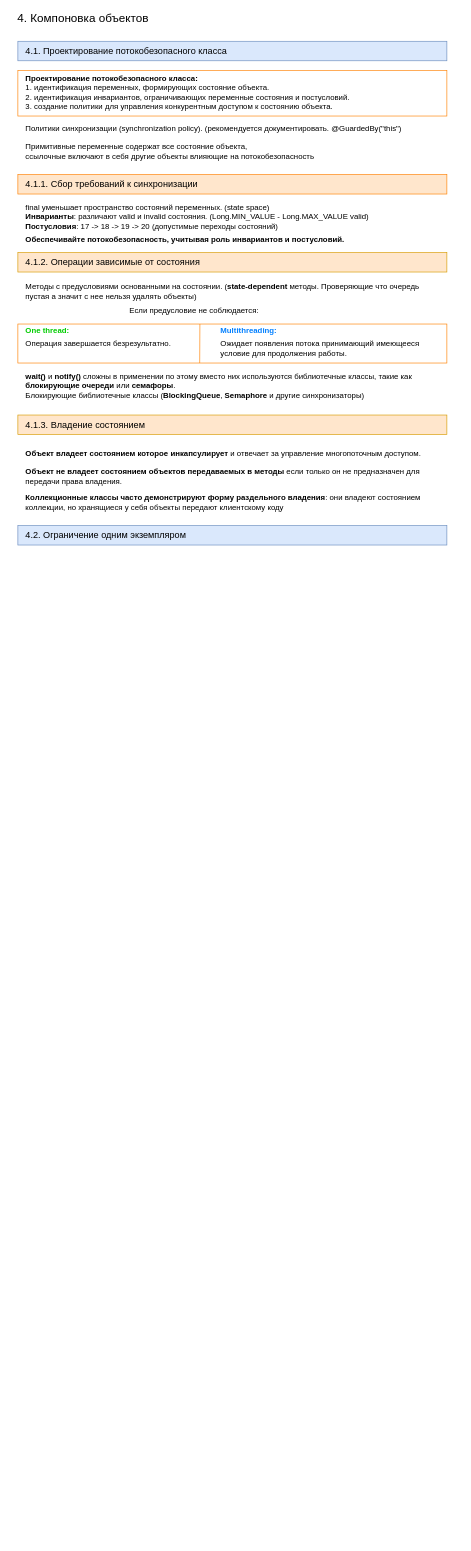
FedosovMax/diagrams keeps this draw.io diagram as Concurrency.drawio. Above is the earlier version. Source tidied: cells renumbered, new cells numbered last; positions are measured from the earlier drawing's top-left corner, leaving out a move shared by most shapes. Both pictures are drawn from the tidied source at 65%, with x=0, y=0 at pixel (11, 12).
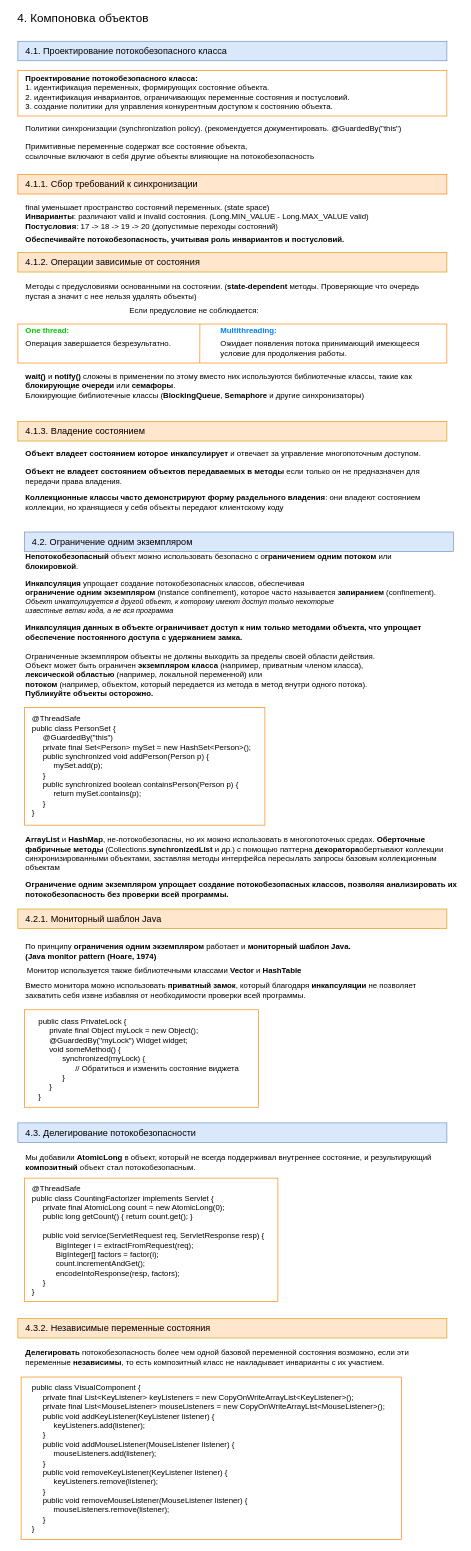
The same page after the edit.

Change to the diagram source:
```diff
@@
+    <mxCell id="31" style="rounded=0;whiteSpace=wrap;html=1;strokeColor=#FF8000;align=left;" parent="1" vertex="1">
+      <mxGeometry x="15" y="2100" width="585" height="250" as="geometry" />
+    </mxCell>
+    <mxCell id="32" style="rounded=0;whiteSpace=wrap;html=1;strokeColor=#FF8000;align=left;" parent="1" vertex="1">
+      <mxGeometry x="20" y="1794" width="390" height="190" as="geometry" />
+    </mxCell>
+    <mxCell id="33" style="rounded=0;whiteSpace=wrap;html=1;strokeColor=#FF8000;align=left;" parent="1" vertex="1">
+      <mxGeometry x="20" y="1535" width="360" height="150" as="geometry" />
+    </mxCell>
+    <mxCell id="34" style="rounded=0;whiteSpace=wrap;html=1;align=left;fillColor=#ffe6cc;strokeColor=#d79b00;" parent="1" vertex="1">
+      <mxGeometry x="10" y="630" width="660" height="30" as="geometry" />
+    </mxCell>
+    <mxCell id="35" style="rounded=0;whiteSpace=wrap;html=1;strokeColor=#FF8000;align=left;" parent="1" vertex="1">
+      <mxGeometry x="20" y="1070" width="370" height="181" as="geometry" />
+    </mxCell>
@@
-    <mxCell id="23" style="rounded=0;whiteSpace=wrap;html=1;align=left;fillColor=#ffe6cc;strokeColor=#d79b00;" parent="1" vertex="1">
-      <mxGeometry x="10" y="620" width="660" height="30" as="geometry" />
-    </mxCell>
-    <mxCell id="24" value="&lt;font style=&quot;font-size: 14px&quot;&gt;4.1.3. Владение состоянием&lt;br&gt;&lt;/font&gt;" style="text;html=1;align=left;verticalAlign=middle;" parent="1" vertex="1">
-      <mxGeometry x="20" y="625" width="200" height="20" as="geometry" />
-    </mxCell>
@@
+    <mxCell id="36" value="&lt;div&gt;&lt;b&gt;Непотокобезопасный &lt;/b&gt;объект можно использовать безопасно с о&lt;b&gt;граничением одним потоком&lt;/b&gt; или &lt;br&gt;&lt;/div&gt;&lt;div&gt;&lt;b&gt;блокировкой&lt;/b&gt;. &lt;/div&gt;" style="text;html=1;align=left;verticalAlign=middle;" parent="1" vertex="1">
+      <mxGeometry x="20" y="830" width="580" height="30" as="geometry" />
+    </mxCell>
+    <mxCell id="37" value="&lt;div&gt;&lt;b&gt;Инкапсуляция &lt;/b&gt;упрощает создание потокобезопасных классов, обеспечивая &lt;br&gt;&lt;/div&gt;&lt;div&gt;&lt;b&gt;ограничение одним экземпляром&lt;/b&gt; (instance confinement), которое часто называется &lt;b&gt;запиранием &lt;/b&gt;(confinement).&lt;/div&gt;&lt;div style=&quot;font-size: 11px&quot;&gt;&lt;font style=&quot;font-size: 11px&quot;&gt;&lt;i&gt;Объект инкапсулируется в другой объект, к которому имеют доступ только некоторые &lt;br&gt;&lt;/i&gt;&lt;/font&gt;&lt;/div&gt;&lt;div style=&quot;font-size: 11px&quot;&gt;&lt;font style=&quot;font-size: 11px&quot;&gt;&lt;i&gt;известные ветви кода, а не вся программа&lt;/i&gt;&lt;/font&gt;&lt;br&gt;&lt;/div&gt;" style="text;html=1;align=left;verticalAlign=middle;" parent="1" vertex="1">
+      <mxGeometry x="20" y="870" width="650" height="60" as="geometry" />
+    </mxCell>
+    <mxCell id="38" value="&lt;div&gt;&lt;b&gt;Инкапсуляция данных в объекте ограничивает доступ к ним только методами объекта, что упрощает &lt;br&gt;&lt;/b&gt;&lt;/div&gt;&lt;div&gt;&lt;b&gt;обеспечение постоянного доступа с удержанием замка.&lt;/b&gt;&lt;/div&gt;" style="text;html=1;align=left;verticalAlign=middle;" parent="1" vertex="1">
+      <mxGeometry x="20" y="940" width="610" height="30" as="geometry" />
+    </mxCell>
+    <mxCell id="39" value="&lt;div align=&quot;left&quot;&gt;Ограниченные экземпляром объекты не должны выходить за пределы своей области действия. &lt;br&gt;&lt;/div&gt;&lt;div align=&quot;left&quot;&gt;Объект может быть ограничен &lt;b&gt;экземпляром класса &lt;/b&gt;(например, приватным членом класса), &lt;br&gt;&lt;/div&gt;&lt;div align=&quot;left&quot;&gt;&lt;b&gt;лексической областью&lt;/b&gt; (например, локальной переменной) или &lt;br&gt;&lt;/div&gt;&lt;div align=&quot;left&quot;&gt;&lt;b&gt;потоком &lt;/b&gt;(например, объектом, который передается из метода в метод внутри одного потока). &lt;br&gt;&lt;/div&gt;&lt;div align=&quot;left&quot;&gt;&lt;b&gt;Публикуйте объекты осторожно.&lt;/b&gt;&lt;/div&gt;" style="text;html=1;align=left;verticalAlign=middle;" parent="1" vertex="1">
+      <mxGeometry x="20" y="980" width="570" height="80" as="geometry" />
+    </mxCell>
+    <mxCell id="40" value="&lt;div align=&quot;left&quot;&gt;@ThreadSafe&lt;br&gt;public class PersonSet {&lt;br&gt;&amp;nbsp;&amp;nbsp;&amp;nbsp;&amp;nbsp; @GuardedBy(&quot;this&quot;)&lt;br&gt;&amp;nbsp;&amp;nbsp;&amp;nbsp;&amp;nbsp; private final Set&amp;lt;Person&amp;gt; mySet = new HashSet&amp;lt;Person&amp;gt;();&lt;br&gt;&amp;nbsp;&amp;nbsp;&amp;nbsp;&amp;nbsp; public synchronized void addPerson(Person p) {&lt;br&gt;&amp;nbsp;&amp;nbsp;&amp;nbsp;&amp;nbsp;&amp;nbsp;&amp;nbsp;&amp;nbsp;&amp;nbsp;&amp;nbsp; mySet.add(p);&lt;br&gt;&amp;nbsp;&amp;nbsp;&amp;nbsp;&amp;nbsp; }&lt;br&gt;&amp;nbsp;&amp;nbsp;&amp;nbsp;&amp;nbsp; public synchronized boolean containsPerson(Person p) {&lt;br&gt;&amp;nbsp;&amp;nbsp;&amp;nbsp;&amp;nbsp;&amp;nbsp;&amp;nbsp;&amp;nbsp;&amp;nbsp;&amp;nbsp; return mySet.contains(p);&lt;br&gt;&amp;nbsp;&amp;nbsp;&amp;nbsp;&amp;nbsp; }&lt;br&gt;}&lt;/div&gt;" style="text;html=1;align=left;verticalAlign=middle;" parent="1" vertex="1">
+      <mxGeometry x="30" y="1080" width="360" height="160" as="geometry" />
+    </mxCell>
+    <mxCell id="41" value="&lt;div align=&quot;left&quot;&gt;&lt;b&gt;ArrayList &lt;/b&gt;и &lt;b&gt;HashMap&lt;/b&gt;, не-потокобезопасны, но их можно использовать в многопоточных средах. &lt;b&gt;Оберточные &lt;br&gt;&lt;/b&gt;&lt;/div&gt;&lt;div align=&quot;left&quot;&gt;&lt;b&gt;фабричные методы&lt;/b&gt; (Collections.&lt;b&gt;synchronizedList &lt;/b&gt;и др.) с помощью паттерна &lt;b&gt;декоратора&lt;/b&gt;обертывают коллекции &lt;br&gt;&lt;/div&gt;&lt;div align=&quot;left&quot;&gt;синхронизированными объектами, заставляя методы интерфейса пересылать запросы базовым коллекционным &lt;br&gt;&lt;/div&gt;&lt;div align=&quot;left&quot;&gt;объектам&lt;/div&gt;" style="text;html=1;align=left;verticalAlign=middle;" parent="1" vertex="1">
+      <mxGeometry x="20" y="1265" width="670" height="60" as="geometry" />
+    </mxCell>
+    <mxCell id="42" value="&lt;div align=&quot;left&quot;&gt;&lt;b&gt;Ограничение одним экземпляром упрощает создание потокобезопасных классов, позволяя анализировать их &lt;br&gt;&lt;/b&gt;&lt;/div&gt;&lt;div align=&quot;left&quot;&gt;&lt;b&gt;потокобезопасность без проверки всей программы.&lt;/b&gt;&lt;/div&gt;" style="text;html=1;align=left;verticalAlign=middle;" parent="1" vertex="1">
+      <mxGeometry x="20" y="1335" width="670" height="30" as="geometry" />
+    </mxCell>
+    <mxCell id="43" value="&lt;font style=&quot;font-size: 14px&quot;&gt;4.1.3. Владение состоянием&lt;br&gt;&lt;/font&gt;" style="text;html=1;align=left;verticalAlign=middle;" parent="1" vertex="1">
+      <mxGeometry x="20" y="635" width="200" height="20" as="geometry" />
+    </mxCell>
+    <mxCell id="44" value="&lt;div align=&quot;left&quot;&gt;По принципу &lt;b&gt;ограничения одним экземпляром&lt;/b&gt; работает и &lt;b&gt;мониторный шаблон Java. &lt;br&gt;&lt;/b&gt;&lt;/div&gt;&lt;div align=&quot;left&quot;&gt;&lt;b&gt;(Java monitor pattern (Hoare, 1974)&lt;/b&gt;&lt;/div&gt;" style="text;html=1;align=left;verticalAlign=middle;" parent="1" vertex="1">
+      <mxGeometry x="20" y="1430" width="510" height="30" as="geometry" />
+    </mxCell>
+    <mxCell id="45" value="Монитор используется также библиотечными классами &lt;b&gt;Vector &lt;/b&gt;и &lt;b&gt;HashTable&lt;/b&gt;" style="text;html=1;align=center;verticalAlign=middle;" parent="1" vertex="1">
+      <mxGeometry x="10" y="1465" width="450" height="20" as="geometry" />
+    </mxCell>
+    <mxCell id="46" value="&lt;div align=&quot;left&quot;&gt;Вместо монитора можно использовать &lt;b&gt;приватный замок&lt;/b&gt;, который благодаря &lt;b&gt;инкапсуляции &lt;/b&gt;не позволяет &lt;br&gt;&lt;/div&gt;&lt;div align=&quot;left&quot;&gt;захватить себя извне избавляя от необходимости проверки всей программы. &lt;br&gt;&lt;/div&gt;" style="text;html=1;align=left;verticalAlign=middle;" parent="1" vertex="1">
+      <mxGeometry x="20" y="1490" width="630" height="30" as="geometry" />
+    </mxCell>
+    <mxCell id="47" value="&lt;div align=&quot;left&quot;&gt;public class PrivateLock {&lt;br&gt;&amp;nbsp;&amp;nbsp;&amp;nbsp;&amp;nbsp; private final Object myLock = new Object();&lt;br&gt;&amp;nbsp;&amp;nbsp;&amp;nbsp;&amp;nbsp; @GuardedBy(&quot;myLock&quot;) Widget widget;&lt;br&gt;&amp;nbsp;&amp;nbsp;&amp;nbsp;&amp;nbsp; void someMethod() {&lt;br&gt;&amp;nbsp;&amp;nbsp;&amp;nbsp;&amp;nbsp;&amp;nbsp;&amp;nbsp;&amp;nbsp;&amp;nbsp;&amp;nbsp;&amp;nbsp; synchronized(myLock) {&lt;br&gt;&amp;nbsp;&amp;nbsp;&amp;nbsp;&amp;nbsp;&amp;nbsp;&amp;nbsp;&amp;nbsp;&amp;nbsp;&amp;nbsp;&amp;nbsp;&amp;nbsp;&amp;nbsp;&amp;nbsp;&amp;nbsp;&amp;nbsp;&amp;nbsp; // Обратиться и изменить состояние виджета&lt;br&gt;&amp;nbsp;&amp;nbsp;&amp;nbsp;&amp;nbsp;&amp;nbsp;&amp;nbsp;&amp;nbsp;&amp;nbsp;&amp;nbsp;&amp;nbsp; }&lt;br&gt;&amp;nbsp;&amp;nbsp;&amp;nbsp;&amp;nbsp; }&lt;br&gt;}&lt;/div&gt;" style="text;html=1;align=left;verticalAlign=middle;" parent="1" vertex="1">
+      <mxGeometry x="40" y="1545" width="320" height="130" as="geometry" />
+    </mxCell>
+    <mxCell id="48" style="group;" parent="1" vertex="1">
+      <mxGeometry x="20" y="800" width="660" height="30" as="geometry" />
+    </mxCell>
+    <mxCell id="49" style="rounded=0;whiteSpace=wrap;html=1;align=left;fillColor=#dae8fc;strokeColor=#6c8ebf;" parent="48" vertex="1">
+      <mxGeometry width="660" height="30" as="geometry" />
+    </mxCell>
+    <mxCell id="50" value="&lt;font style=&quot;font-size: 14px&quot;&gt;4.2. Ограничение одним экземпляром&lt;br&gt;&lt;/font&gt;" style="text;html=1;align=left;verticalAlign=middle;" parent="48" vertex="1">
+      <mxGeometry x="10" y="5" width="270" height="20" as="geometry" />
+    </mxCell>
     <mxCell id="29" style="rounded=0;whiteSpace=wrap;html=1;align=left;fillColor=#dae8fc;strokeColor=#6c8ebf;" parent="1" vertex="1">
-      <mxGeometry x="10" y="790" width="660" height="30" as="geometry" />
+      <mxGeometry x="10" y="1709" width="660" height="30" as="geometry" />
     </mxCell>
-    <mxCell id="30" value="&lt;font style=&quot;font-size: 14px&quot;&gt;4.2. Ограничение одним экземпляром&lt;br&gt;&lt;/font&gt;" style="text;html=1;align=left;verticalAlign=middle;" parent="1" vertex="1">
-      <mxGeometry x="20" y="795" width="270" height="20" as="geometry" />
+    <mxCell id="30" value="&lt;font style=&quot;font-size: 14px&quot;&gt;4.3. Делегирование потокобезопасности&lt;br&gt;&lt;/font&gt;" style="text;html=1;align=left;verticalAlign=middle;" parent="1" vertex="1">
+      <mxGeometry x="20" y="1714" width="280" height="20" as="geometry" />
     </mxCell>
+    <mxCell id="51" value="&lt;div align=&quot;left&quot;&gt;@ThreadSafe&lt;br&gt;public class CountingFactorizer implements Servlet {&lt;br&gt;&amp;nbsp;&amp;nbsp;&amp;nbsp;&amp;nbsp; private final AtomicLong count = new AtomicLong(0);&lt;br&gt;&amp;nbsp;&amp;nbsp;&amp;nbsp;&amp;nbsp; public long getCount() { return count.get(); }&lt;br&gt;&amp;nbsp;&amp;nbsp;&amp;nbsp;&amp;nbsp; &lt;br&gt;&lt;/div&gt;&lt;div align=&quot;left&quot;&gt;&amp;nbsp;&amp;nbsp;&amp;nbsp;&amp;nbsp; public void service(ServletRequest req, ServletResponse resp) {&lt;br&gt;&amp;nbsp;&amp;nbsp;&amp;nbsp;&amp;nbsp;&amp;nbsp;&amp;nbsp;&amp;nbsp;&amp;nbsp;&amp;nbsp;&amp;nbsp; BigInteger i = extractFromRequest(req);&lt;br&gt;&amp;nbsp;&amp;nbsp;&amp;nbsp;&amp;nbsp;&amp;nbsp;&amp;nbsp;&amp;nbsp;&amp;nbsp;&amp;nbsp;&amp;nbsp; BigInteger[] factors = factor(i);&lt;br&gt;&amp;nbsp;&amp;nbsp;&amp;nbsp;&amp;nbsp;&amp;nbsp;&amp;nbsp;&amp;nbsp;&amp;nbsp;&amp;nbsp;&amp;nbsp; count.incrementAndGet();&lt;br&gt;&amp;nbsp;&amp;nbsp;&amp;nbsp;&amp;nbsp;&amp;nbsp;&amp;nbsp;&amp;nbsp;&amp;nbsp;&amp;nbsp;&amp;nbsp; encodeIntoResponse(resp, factors);&lt;br&gt;&amp;nbsp;&amp;nbsp;&amp;nbsp;&amp;nbsp; }&lt;br&gt;}&lt;/div&gt;" style="text;html=1;align=left;verticalAlign=middle;" parent="1" vertex="1">
+      <mxGeometry x="30" y="1805" width="380" height="170" as="geometry" />
+    </mxCell>
+    <mxCell id="52" value="&lt;div align=&quot;left&quot;&gt;Мы добавили &lt;b&gt;AtomicLong &lt;/b&gt;в объект, который не всегда поддерживал внутреннее состояние, и результирующий &lt;br&gt;&lt;/div&gt;&lt;div align=&quot;left&quot;&gt;&lt;b&gt;композитный &lt;/b&gt;объект стал потокобезопасным.&lt;/div&gt;" style="text;html=1;align=left;verticalAlign=middle;" parent="1" vertex="1">
+      <mxGeometry x="20" y="1755" width="640" height="30" as="geometry" />
+    </mxCell>
+    <mxCell id="53" style="group;" parent="1" vertex="1">
+      <mxGeometry x="10" y="1380" width="660" height="30" as="geometry" />
+    </mxCell>
+    <mxCell id="23" style="rounded=0;whiteSpace=wrap;html=1;align=left;fillColor=#ffe6cc;strokeColor=#d79b00;" parent="53" vertex="1">
+      <mxGeometry width="660" height="30" as="geometry" />
+    </mxCell>
+    <mxCell id="24" value="&lt;font style=&quot;font-size: 14px&quot;&gt;4.2.1. Мониторный шаблон Java&lt;br&gt;&lt;/font&gt;" style="text;html=1;align=left;verticalAlign=middle;" parent="53" vertex="1">
+      <mxGeometry x="10" y="5" width="230" height="20" as="geometry" />
+    </mxCell>
+    <mxCell id="54" style="rounded=0;whiteSpace=wrap;html=1;align=left;fillColor=#ffe6cc;strokeColor=#d79b00;" parent="1" vertex="1">
+      <mxGeometry x="10" y="2010" width="660" height="30" as="geometry" />
+    </mxCell>
+    <mxCell id="55" value="&lt;font style=&quot;font-size: 14px&quot;&gt;4.3.2. Независимые переменные состояния&lt;br&gt;&lt;/font&gt;" style="text;html=1;align=left;verticalAlign=middle;" parent="1" vertex="1">
+      <mxGeometry x="20" y="2015" width="310" height="20" as="geometry" />
+    </mxCell>
+    <mxCell id="56" value="&lt;div align=&quot;left&quot;&gt;&lt;b&gt;Делегировать &lt;/b&gt;потокобезопасность более чем одной базовой переменной состояния возможно, если эти &lt;br&gt;&lt;/div&gt;&lt;div align=&quot;left&quot;&gt;переменные &lt;b&gt;независимы&lt;/b&gt;, то есть композитный класс не накладывает инварианты с их участием.&lt;/div&gt;" style="text;html=1;align=left;verticalAlign=middle;" parent="1" vertex="1">
+      <mxGeometry x="20" y="2055" width="620" height="30" as="geometry" />
+    </mxCell>
+    <mxCell id="57" value="&lt;div align=&quot;left&quot;&gt;public class VisualComponent {&lt;br&gt;&amp;nbsp;&amp;nbsp;&amp;nbsp;&amp;nbsp; private final List&amp;lt;KeyListener&amp;gt; keyListeners = new CopyOnWriteArrayList&amp;lt;KeyListener&amp;gt;();&lt;br&gt;&amp;nbsp;&amp;nbsp;&amp;nbsp;&amp;nbsp; private final List&amp;lt;MouseListener&amp;gt; mouseListeners = new CopyOnWriteArrayList&amp;lt;MouseListener&amp;gt;();&lt;/div&gt;&lt;div align=&quot;left&quot;&gt;&amp;nbsp;&amp;nbsp;&amp;nbsp;&amp;nbsp; public void addKeyListener(KeyListener listener) {&lt;br&gt;&amp;nbsp;&amp;nbsp;&amp;nbsp;&amp;nbsp;&amp;nbsp;&amp;nbsp;&amp;nbsp;&amp;nbsp;&amp;nbsp; keyListeners.add(listener);&lt;br&gt;&amp;nbsp;&amp;nbsp;&amp;nbsp;&amp;nbsp; }&lt;br&gt;&amp;nbsp;&amp;nbsp;&amp;nbsp;&amp;nbsp; public void addMouseListener(MouseListener listener) {&lt;br&gt;&amp;nbsp;&amp;nbsp;&amp;nbsp;&amp;nbsp; &amp;nbsp;&amp;nbsp;&amp;nbsp;&amp;nbsp; mouseListeners.add(listener);&lt;br&gt;&amp;nbsp;&amp;nbsp;&amp;nbsp;&amp;nbsp; }&lt;br&gt;&amp;nbsp;&amp;nbsp;&amp;nbsp;&amp;nbsp; public void removeKeyListener(KeyListener listener) {&lt;br&gt;&amp;nbsp;&amp;nbsp;&amp;nbsp;&amp;nbsp; &amp;nbsp;&amp;nbsp;&amp;nbsp;&amp;nbsp; keyListeners.remove(listener);&lt;br&gt;&amp;nbsp;&amp;nbsp;&amp;nbsp;&amp;nbsp; }&lt;br&gt;&amp;nbsp;&amp;nbsp;&amp;nbsp;&amp;nbsp; public void removeMouseListener(MouseListener listener) {&lt;br&gt;&amp;nbsp;&amp;nbsp;&amp;nbsp;&amp;nbsp; &amp;nbsp;&amp;nbsp;&amp;nbsp;&amp;nbsp; mouseListeners.remove(listener);&lt;br&gt;&amp;nbsp;&amp;nbsp;&amp;nbsp;&amp;nbsp; }&lt;br&gt;}&lt;br&gt;&lt;/div&gt;" style="text;html=1;align=left;verticalAlign=middle;" parent="1" vertex="1">
+      <mxGeometry x="30" y="2110" width="570" height="230" as="geometry" />
+    </mxCell>
```
